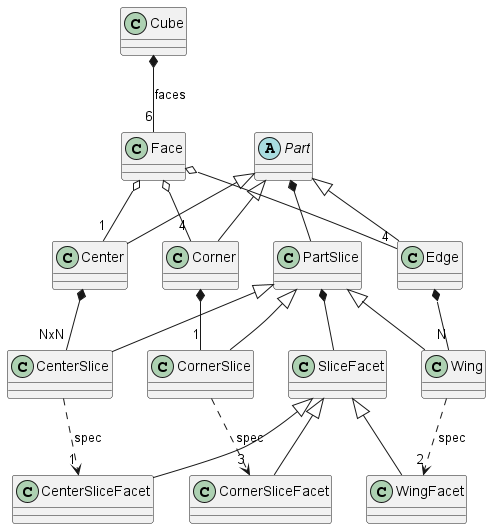
Above: assets/cube_model.png in boaznahum/cubesolve (PlantUML), before the change.
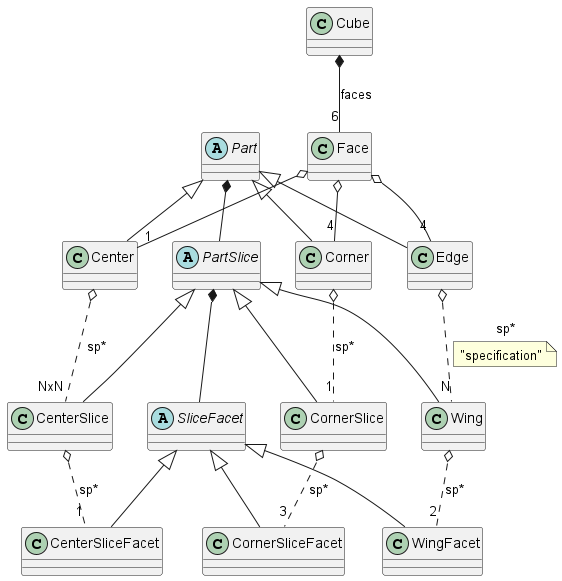
After the commit.

The edit, as a diff of the source:
```diff
@@ -5,10 +5,12 @@
 class Face
 
 abstract class Part
+abstract class PartSlice
+abstract class SliceFacet
 
+Part <|-- Edge
+Part <|-- Corner
 Part <|-- Center
-Part <|-- Corner
-Part <|-- Edge
 
 Part *-- PartSlice
 
@@ -23,9 +25,10 @@
 Face  o-- "4" Edge
 Face  o-- "4" Corner
 
-Edge *-- "N" Wing
-Corner *-- "1" CornerSlice
-Center *-- "NxN" CenterSlice
+Edge o.. "N" Wing: "sp*"
+note on link #yellow: "specification"
+Corner o.. "1" CornerSlice: "sp*"
+Center o.. "NxN" CenterSlice: "sp*"
 
 PartSlice *-- SliceFacet
 
@@ -33,10 +36,8 @@
 SliceFacet <|-- CornerSliceFacet
 SliceFacet <|-- CenterSliceFacet
 
-Wing ..> "2" WingFacet: "spec"
-CornerSlice ..> "3" CornerSliceFacet: "spec"
-CenterSlice ..> "1" CenterSliceFacet: "spec"
-
-
+Wing o.. "2" WingFacet: "sp*"
+CornerSlice o.. "3" CornerSliceFacet: "sp*"
+CenterSlice o.. "1" CenterSliceFacet: "sp*"
 
 @enduml
```
